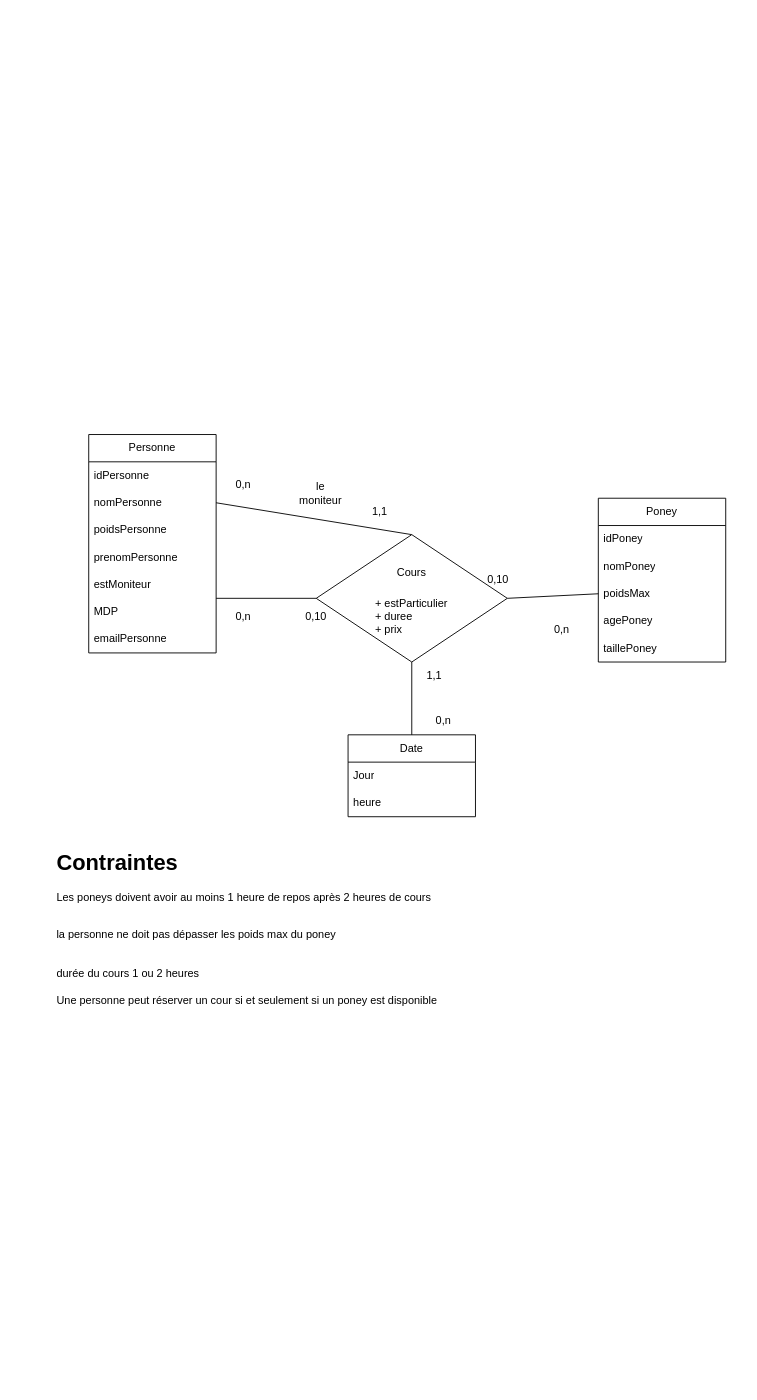
Earlier version of the draw.io diagram MCD.drawio (baptiste-mignan/Sae-web-BD). Source tidied: cells renumbered, new cells numbered last; positions are measured from the earlier drawing's top-left corner, leaving out a move shared by most shapes. Both pictures are drawn from the tidied source at 91%, with x=0, y=0 at pixel (55, 434).
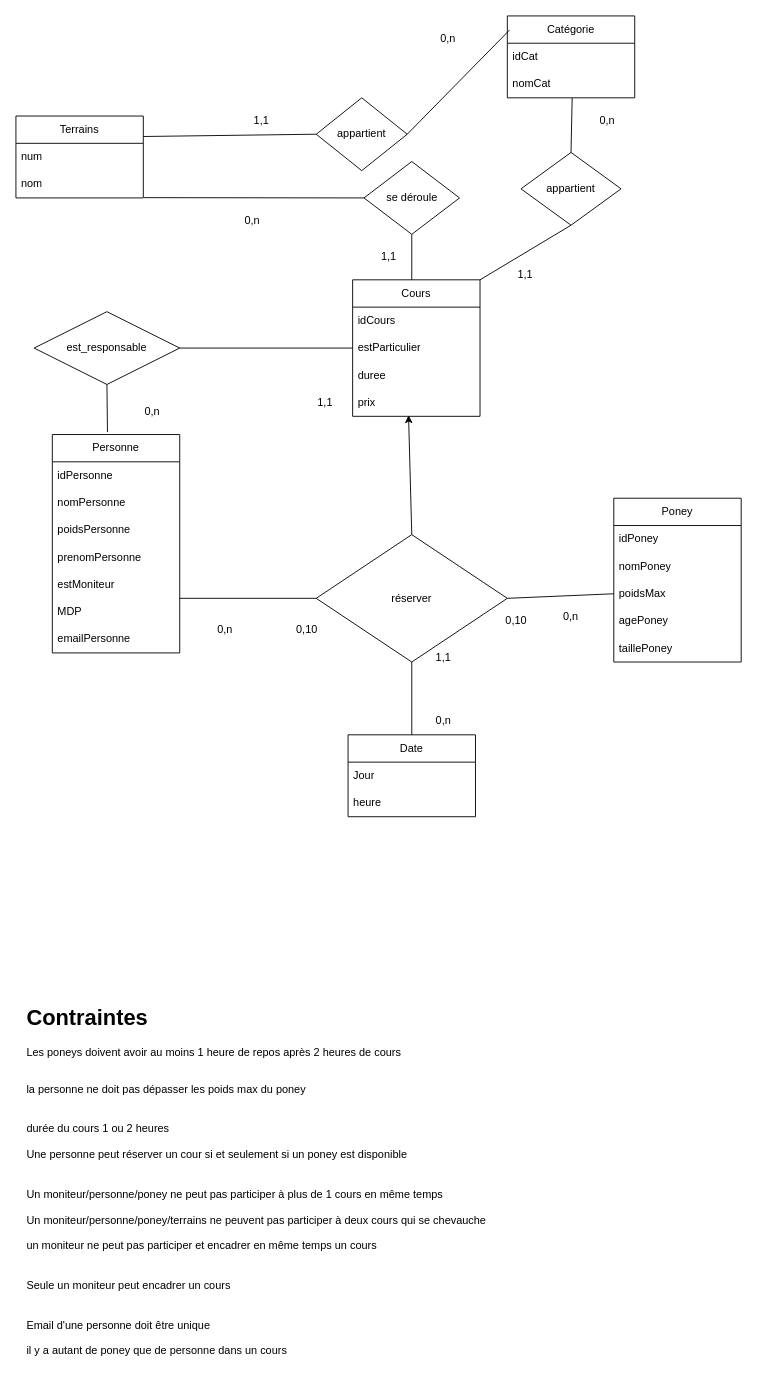
The same diagram, later.

Commit message:
Mettre à jour MCD.drawio

Unchanged cells that the change refers to:
```xml
<mxCell id="10" value="nomPersonne" style="text;strokeColor=none;fillColor=none;align=left;verticalAlign=middle;spacingLeft=4;spacingRight=4;overflow=hidden;points=[[0,0.5],[1,0.5]];portConstraint=eastwest;whiteSpace=wrap;html=1;" parent="8" vertex="1">
  <mxGeometry y="60" width="140" height="30" as="geometry" />
</mxCell>
```

What changed in the source:
```diff
@@
     <mxCell id="2" value="&lt;div&gt;Poney&lt;/div&gt;" style="swimlane;fontStyle=0;horizontal=1;startSize=30;whiteSpace=wrap;html=1;" parent="1" vertex="1">
-      <mxGeometry x="597" y="70" width="140" height="180" as="geometry" />
+      <mxGeometry x="614" y="70" width="140" height="180" as="geometry" />
     </mxCell>
@@
     <mxCell id="8" value="Personne" style="swimlane;fontStyle=0;horizontal=1;startSize=30;whiteSpace=wrap;html=1;" parent="1" vertex="1">
-      <mxGeometry x="37" width="140" height="240" as="geometry" />
+      <mxGeometry x="-3" width="140" height="240" as="geometry" />
     </mxCell>
@@
     <mxCell id="18" value="0,n" style="text;html=1;align=center;verticalAlign=middle;whiteSpace=wrap;rounded=0;" parent="1" vertex="1">
-      <mxGeometry x="177" y="185" width="60" height="30" as="geometry" />
+      <mxGeometry x="157" y="200" width="60" height="30" as="geometry" />
     </mxCell>
     <mxCell id="19" value="0,n" style="text;html=1;align=center;verticalAlign=middle;whiteSpace=wrap;rounded=0;" parent="1" vertex="1">
-      <mxGeometry x="527" y="200" width="60" height="30" as="geometry" />
+      <mxGeometry x="537" y="185" width="60" height="30" as="geometry" />
     </mxCell>
     <mxCell id="20" value="0,n" style="text;html=1;align=center;verticalAlign=middle;whiteSpace=wrap;rounded=0;" parent="1" vertex="1">
-      <mxGeometry x="177" y="40" width="60" height="30" as="geometry" />
+      <mxGeometry x="77" y="-40" width="60" height="30" as="geometry" />
     </mxCell>
-    <mxCell id="21" style="endArrow=none;html=1;rounded=0;exitX=0.5;exitY=0;exitDx=0;exitDy=0;entryX=1;entryY=0.5;entryDx=0;entryDy=0;" parent="1" edge="1" source="27" target="10">
-      <mxGeometry relative="1" as="geometry" />
-    </mxCell>
@@
-    <mxCell id="27" value="&lt;div&gt;Cours&lt;br&gt;&lt;/div&gt;&lt;div&gt;&lt;br&gt;&lt;/div&gt;&lt;div&gt;&lt;br&gt;&lt;/div&gt;&lt;div&gt;&lt;br&gt;&lt;/div&gt;&lt;div&gt;&lt;br&gt;&lt;/div&gt;" style="rhombus;whiteSpace=wrap;html=1;" parent="1" vertex="1">
+    <mxCell id="27" value="réserver" style="rhombus;whiteSpace=wrap;html=1;" parent="1" vertex="1">
       <mxGeometry x="287" y="110" width="210" height="140" as="geometry" />
     </mxCell>
     <mxCell id="28" value="1,1" style="text;html=1;align=center;verticalAlign=middle;whiteSpace=wrap;rounded=0;" parent="1" vertex="1">
-      <mxGeometry x="387" y="250" width="60" height="30" as="geometry" />
+      <mxGeometry x="397" y="230" width="60" height="30" as="geometry" />
     </mxCell>
     <mxCell id="29" value="1,1" style="text;html=1;align=center;verticalAlign=middle;whiteSpace=wrap;rounded=0;" parent="1" vertex="1">
-      <mxGeometry x="327" y="70" width="60" height="30" as="geometry" />
+      <mxGeometry x="267" y="-50" width="60" height="30" as="geometry" />
     </mxCell>
     <mxCell id="30" value="0,10" style="text;html=1;align=center;verticalAlign=middle;whiteSpace=wrap;rounded=0;" parent="1" vertex="1">
-      <mxGeometry x="257" y="185" width="60" height="30" as="geometry" />
+      <mxGeometry x="477" y="190" width="60" height="30" as="geometry" />
     </mxCell>
+    <mxCell id="33" value="&lt;h1 style=&quot;margin-top: 0px;&quot;&gt;Contraintes&lt;br&gt;&lt;/h1&gt;&lt;p&gt;Les poneys doivent avoir au moins 1 heure de repos après 2 heures de cours&lt;br&gt;&lt;/p&gt;&lt;div&gt;&lt;br&gt;&lt;/div&gt;&lt;div&gt;la personne ne doit pas dépasser les poids max du poney&lt;/div&gt;&lt;div&gt;&lt;br&gt;&lt;/div&gt;&lt;div&gt;&lt;br&gt;&lt;/div&gt;&lt;div&gt;durée du cours 1 ou 2 heures&lt;/div&gt;&lt;div&gt;&lt;br&gt;&lt;/div&gt;&lt;div&gt;Une personne peut réserver un cour si et seulement si un poney est disponible &lt;br&gt;&lt;/div&gt;&lt;div&gt;&lt;br&gt;&lt;/div&gt;&lt;div&gt;&lt;br&gt;&lt;/div&gt;&lt;div&gt;Un moniteur/personne/poney ne peut pas participer à plus de 1 cours en même temps&lt;br&gt;&lt;/div&gt;&lt;div&gt;&lt;br&gt;&lt;/div&gt;&lt;div&gt;Un moniteur/personne/poney/terrains ne peuvent pas participer à deux cours qui se chevauche&lt;br&gt;&lt;/div&gt;&lt;div&gt;&lt;br&gt;&lt;/div&gt;&lt;div&gt;un moniteur ne peut pas participer et encadrer en même temps un cours&lt;/div&gt;&lt;div&gt;&lt;br&gt;&lt;/div&gt;&lt;div&gt;&lt;br&gt;&lt;/div&gt;&lt;div&gt;Seule un moniteur peut encadrer un cours&lt;/div&gt;&lt;div&gt;&lt;br&gt;&lt;/div&gt;&lt;div&gt;&lt;br&gt;&lt;/div&gt;&lt;div&gt;Email d'une personne doit être unique&lt;/div&gt;&lt;div&gt;&lt;br&gt;&lt;/div&gt;&lt;div&gt;il y a autant de poney que de personne dans un cours&lt;br&gt;&lt;/div&gt;" style="text;html=1;whiteSpace=wrap;overflow=hidden;rounded=0;" parent="1" vertex="1">
+      <mxGeometry x="-33" y="620" width="750" height="420" as="geometry" />
+    </mxCell>
+    <mxCell id="35" value="Cours" style="swimlane;fontStyle=0;horizontal=1;startSize=30;whiteSpace=wrap;html=1;" parent="1" vertex="1">
+      <mxGeometry x="327" y="-170" width="140" height="150" as="geometry" />
+    </mxCell>
+    <mxCell id="36" value="idCours" style="text;strokeColor=none;fillColor=none;align=left;verticalAlign=middle;spacingLeft=4;spacingRight=4;overflow=hidden;whiteSpace=wrap;html=1;" parent="35" vertex="1">
+      <mxGeometry y="30" width="140" height="30" as="geometry" />
+    </mxCell>
+    <mxCell id="37" value="estParticulier" style="text;strokeColor=none;fillColor=none;align=left;verticalAlign=middle;spacingLeft=4;spacingRight=4;overflow=hidden;points=[[0,0.5],[1,0.5]];portConstraint=eastwest;whiteSpace=wrap;html=1;" parent="35" vertex="1">
+      <mxGeometry y="60" width="140" height="30" as="geometry" />
+    </mxCell>
+    <mxCell id="38" value="duree" style="text;strokeColor=none;fillColor=none;align=left;verticalAlign=middle;spacingLeft=4;spacingRight=4;overflow=hidden;whiteSpace=wrap;html=1;" parent="35" vertex="1">
+      <mxGeometry y="90" width="140" height="30" as="geometry" />
+    </mxCell>
+    <mxCell id="39" value="&lt;div&gt;prix&lt;/div&gt;" style="text;strokeColor=none;fillColor=none;align=left;verticalAlign=middle;spacingLeft=4;spacingRight=4;overflow=hidden;points=[[0,0.5],[1,0.5]];portConstraint=eastwest;whiteSpace=wrap;html=1;" parent="35" vertex="1">
+      <mxGeometry y="120" width="140" height="30" as="geometry" />
+    </mxCell>
+    <mxCell id="40" style="endArrow=classic;html=1;rounded=0;entryX=0.439;entryY=0.961;entryDx=0;entryDy=0;entryPerimeter=0;exitX=0.5;exitY=0;exitDx=0;exitDy=0;" parent="1" edge="1" source="27" target="39">
+      <mxGeometry relative="1" as="geometry" />
+    </mxCell>
+    <mxCell id="41" value="Terrains" style="swimlane;fontStyle=0;horizontal=1;startSize=30;whiteSpace=wrap;html=1;" parent="1" vertex="1">
+      <mxGeometry x="-43" y="-350" width="140" height="90" as="geometry" />
+    </mxCell>
+    <mxCell id="42" value="num " style="text;strokeColor=none;fillColor=none;align=left;verticalAlign=middle;spacingLeft=4;spacingRight=4;overflow=hidden;whiteSpace=wrap;html=1;" parent="41" vertex="1">
+      <mxGeometry y="30" width="140" height="30" as="geometry" />
+    </mxCell>
+    <mxCell id="43" value="nom" style="text;strokeColor=none;fillColor=none;align=left;verticalAlign=middle;spacingLeft=4;spacingRight=4;overflow=hidden;points=[[0,0.5],[1,0.5]];portConstraint=eastwest;whiteSpace=wrap;html=1;" parent="41" vertex="1">
+      <mxGeometry y="60" width="140" height="30" as="geometry" />
+    </mxCell>
+    <mxCell id="44" value="Catégorie" style="swimlane;fontStyle=0;horizontal=1;startSize=30;whiteSpace=wrap;html=1;" parent="1" vertex="1">
+      <mxGeometry x="497" y="-460" width="140" height="90" as="geometry" />
+    </mxCell>
+    <mxCell id="45" value="idCat" style="text;strokeColor=none;fillColor=none;align=left;verticalAlign=middle;spacingLeft=4;spacingRight=4;overflow=hidden;whiteSpace=wrap;html=1;" parent="44" vertex="1">
+      <mxGeometry y="30" width="140" height="30" as="geometry" />
+    </mxCell>
+    <mxCell id="46" value="nomCat" style="text;strokeColor=none;fillColor=none;align=left;verticalAlign=middle;spacingLeft=4;spacingRight=4;overflow=hidden;points=[[0,0.5],[1,0.5]];portConstraint=eastwest;whiteSpace=wrap;html=1;" parent="44" vertex="1">
+      <mxGeometry y="60" width="140" height="30" as="geometry" />
+    </mxCell>
+    <mxCell id="47" value="appartient" style="rhombus;whiteSpace=wrap;html=1;" parent="1" vertex="1">
+      <mxGeometry x="287" y="-370" width="100" height="80" as="geometry" />
+    </mxCell>
+    <mxCell id="48" style="endArrow=none;html=1;rounded=0;entryX=0;entryY=0.5;entryDx=0;entryDy=0;exitX=1;exitY=0.25;exitDx=0;exitDy=0;" parent="1" edge="1" source="41" target="47">
+      <mxGeometry relative="1" as="geometry" />
+    </mxCell>
+    <mxCell id="49" style="endArrow=none;html=1;rounded=0;entryX=0.017;entryY=0.173;entryDx=0;entryDy=0;entryPerimeter=0;exitX=1;exitY=0.5;exitDx=0;exitDy=0;" parent="1" edge="1" source="47" target="44">
+      <mxGeometry relative="1" as="geometry" />
+    </mxCell>
+    <mxCell id="50" style="endArrow=none;html=1;rounded=0;exitX=0.5;exitY=0;exitDx=0;exitDy=0;entryX=0.509;entryY=1.01;entryDx=0;entryDy=0;entryPerimeter=0;" parent="1" edge="1" source="51" target="46">
+      <mxGeometry relative="1" as="geometry" />
+    </mxCell>
+    <mxCell id="51" value="appartient" style="rhombus;whiteSpace=wrap;html=1;" parent="1" vertex="1">
+      <mxGeometry x="512" y="-310" width="110" height="80" as="geometry" />
+    </mxCell>
+    <mxCell id="52" value="0,n" style="text;html=1;align=center;verticalAlign=middle;whiteSpace=wrap;rounded=0;" parent="1" vertex="1">
+      <mxGeometry x="187" y="-250" width="60" height="30" as="geometry" />
+    </mxCell>
+    <mxCell id="53" value="1,1" style="text;html=1;align=center;verticalAlign=middle;whiteSpace=wrap;rounded=0;" parent="1" vertex="1">
+      <mxGeometry x="337" y="-210" width="60" height="30" as="geometry" />
+    </mxCell>
+    <mxCell id="54" value="0,n" style="text;html=1;align=center;verticalAlign=middle;whiteSpace=wrap;rounded=0;" parent="1" vertex="1">
+      <mxGeometry x="402" y="-450" width="60" height="30" as="geometry" />
+    </mxCell>
+    <mxCell id="55" value="1,1" style="text;html=1;align=center;verticalAlign=middle;whiteSpace=wrap;rounded=0;" parent="1" vertex="1">
+      <mxGeometry x="197" y="-360" width="60" height="30" as="geometry" />
+    </mxCell>
+    <mxCell id="56" value="se déroule" style="rhombus;whiteSpace=wrap;html=1;" parent="1" vertex="1">
+      <mxGeometry x="339.5" y="-300" width="105" height="80" as="geometry" />
+    </mxCell>
+    <mxCell id="57" style="endArrow=none;html=1;rounded=0;exitX=0;exitY=0.5;exitDx=0;exitDy=0;entryX=1.005;entryY=0.99;entryDx=0;entryDy=0;entryPerimeter=0;" parent="1" edge="1" source="56" target="43">
+      <mxGeometry relative="1" as="geometry" />
+    </mxCell>
+    <mxCell id="58" style="endArrow=none;html=1;rounded=0;exitX=0.5;exitY=1;exitDx=0;exitDy=0;" parent="1" edge="1" source="56">
+      <mxGeometry relative="1" as="geometry">
+        <mxPoint x="392" y="-170" as="targetPoint" />
+      </mxGeometry>
+    </mxCell>
+    <mxCell id="59" style="endArrow=none;html=1;rounded=0;entryX=0.5;entryY=1;entryDx=0;entryDy=0;exitX=1;exitY=0;exitDx=0;exitDy=0;" parent="1" edge="1" source="35" target="51">
+      <mxGeometry relative="1" as="geometry" />
+    </mxCell>
+    <mxCell id="60" value="est_responsable" style="rhombus;whiteSpace=wrap;html=1;" parent="1" vertex="1">
+      <mxGeometry x="-23" y="-135" width="160" height="80" as="geometry" />
+    </mxCell>
+    <mxCell id="61" style="endArrow=none;html=1;rounded=0;entryX=0.5;entryY=1;entryDx=0;entryDy=0;exitX=0.433;exitY=-0.011;exitDx=0;exitDy=0;exitPerimeter=0;" parent="1" edge="1" source="8" target="60">
+      <mxGeometry relative="1" as="geometry" />
+    </mxCell>
+    <mxCell id="62" style="endArrow=none;html=1;rounded=0;entryX=1;entryY=0.5;entryDx=0;entryDy=0;exitX=0;exitY=0.5;exitDx=0;exitDy=0;" parent="1" edge="1" source="37" target="60">
+      <mxGeometry relative="1" as="geometry" />
+    </mxCell>
+    <mxCell id="63" value="1,1" style="text;html=1;align=center;verticalAlign=middle;whiteSpace=wrap;rounded=0;" parent="1" vertex="1">
+      <mxGeometry x="487" y="-190" width="60" height="30" as="geometry" />
+    </mxCell>
+    <mxCell id="64" value="0,n" style="text;html=1;align=center;verticalAlign=middle;whiteSpace=wrap;rounded=0;" parent="1" vertex="1">
+      <mxGeometry x="577" y="-360" width="60" height="30" as="geometry" />
+    </mxCell>
+    <mxCell id="65" style="edgeStyle=orthogonalEdgeStyle;rounded=0;orthogonalLoop=1;jettySize=auto;html=1;exitX=0.5;exitY=1;exitDx=0;exitDy=0;" parent="1" edge="1" source="63" target="63">
+      <mxGeometry relative="1" as="geometry" />
+    </mxCell>
     <mxCell id="31" value="0,10" style="text;html=1;align=center;verticalAlign=middle;whiteSpace=wrap;rounded=0;" parent="1" vertex="1">
-      <mxGeometry x="457" y="145" width="60" height="30" as="geometry" />
+      <mxGeometry x="247" y="200" width="60" height="30" as="geometry" />
     </mxCell>
-    <mxCell id="32" value="&lt;div align=&quot;left&quot;&gt;+ estParticulier&lt;br&gt;&lt;/div&gt;&lt;div align=&quot;left&quot;&gt;+ duree&lt;/div&gt;&lt;div align=&quot;left&quot;&gt;+ prix&lt;/div&gt;" style="text;html=1;align=left;verticalAlign=middle;whiteSpace=wrap;rounded=0;" parent="1" vertex="1">
-      <mxGeometry x="349.5" y="180" width="85" height="40" as="geometry" />
-    </mxCell>
-    <mxCell id="33" value="&lt;h1 style=&quot;margin-top: 0px;&quot;&gt;Contraintes&lt;br&gt;&lt;/h1&gt;&lt;p&gt;Les poneys doivent avoir au moins 1 heure de repos après 2 heures de cours&lt;br&gt;&lt;/p&gt;&lt;div&gt;&lt;br&gt;&lt;/div&gt;&lt;div&gt;la personne ne doit pas dépasser les poids max du poney&lt;/div&gt;&lt;div&gt;&lt;br&gt;&lt;/div&gt;&lt;div&gt;&lt;br&gt;&lt;/div&gt;&lt;div&gt;durée du cours 1 ou 2 heures&lt;/div&gt;&lt;div&gt;&lt;br&gt;&lt;/div&gt;&lt;div&gt;Une personne peut réserver un cour si et seulement si un poney est disponible &lt;br&gt;&lt;/div&gt;&lt;div&gt;&lt;br&gt;&lt;/div&gt;&lt;div&gt;&lt;br&gt;&lt;/div&gt;&lt;div&gt;&lt;br&gt;&lt;/div&gt;&lt;div&gt;&lt;br&gt;&lt;/div&gt;" style="text;html=1;whiteSpace=wrap;overflow=hidden;rounded=0;" parent="1" vertex="1">
-      <mxGeometry y="450" width="650" height="240" as="geometry" />
-    </mxCell>
-    <mxCell id="34" value="le moniteur" style="text;html=1;align=center;verticalAlign=middle;whiteSpace=wrap;rounded=0;" parent="1" vertex="1">
-      <mxGeometry x="262" y="50" width="60" height="30" as="geometry" />
-    </mxCell>
```
